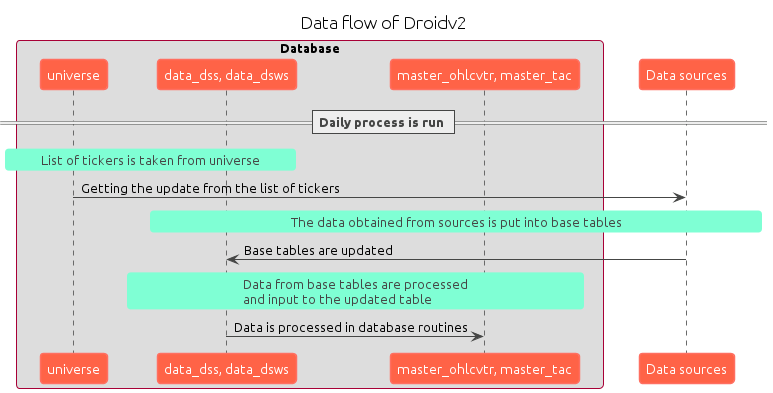
Above: docs/diagrams/all_flow/flow.png in asklora/DROID_V2.1 (PlantUML), before the change.
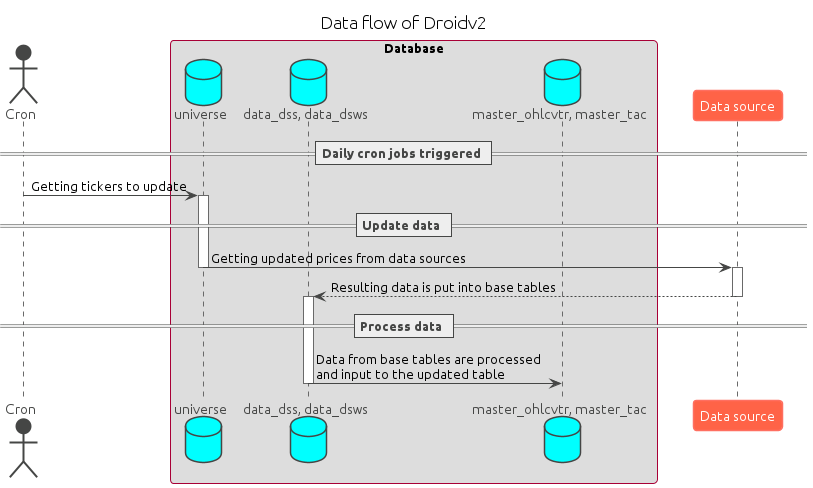
Later version of the same file.

Commit message:
update flow for dsws and all flow

Diff of the diagram source:
```diff
@@ -4,34 +4,33 @@
 
 !theme vibrant
 
-skinparam shadowing false
-skinparam defaultFontName Ubuntu
+skinparam Shadowing false
+skinparam DefaultFontName Ubuntu
 skinparam ParticipantPadding 20
 skinparam BoxPadding 10
 
+actor Cron
 box "Database"
-participant universe
-participant "data_dss, data_dsws" as base_tables
-participant "master_ohlcvtr, master_tac" as updated_tables
+database universe
+database "data_dss, data_dsws" as base
+database "master_ohlcvtr, master_tac" as updated
 end box
-participant "Data sources" as sources
+participant "Data source" as source
 
-== Daily process is run ==
-rnote over universe, base_tables
-List of tickers is taken from universe
-end note
-universe -> sources : Getting the update from the list of tickers
+== Daily cron jobs triggered ==
+Cron -> universe ++: Getting tickers to update
 
-rnote over base_tables, sources
-The data obtained from sources is put into base tables
-end note
-sources -> base_tables : Base tables are updated
+== Update data ==
+universe -> source --++ : Getting updated prices from data sources
+source --> base --++ : Resulting data is put into base tables
+
+== Process data ==
+base -> updated -- : Data from base tables are processed\nand input to the updated table
 
 
-rnote over base_tables, updated_tables
-Data from base tables are processed
-and input to the updated table
-end note
-base_tables -> updated_tables : Data is processed in database routines
+
+
+
+
 
 @enduml
```
